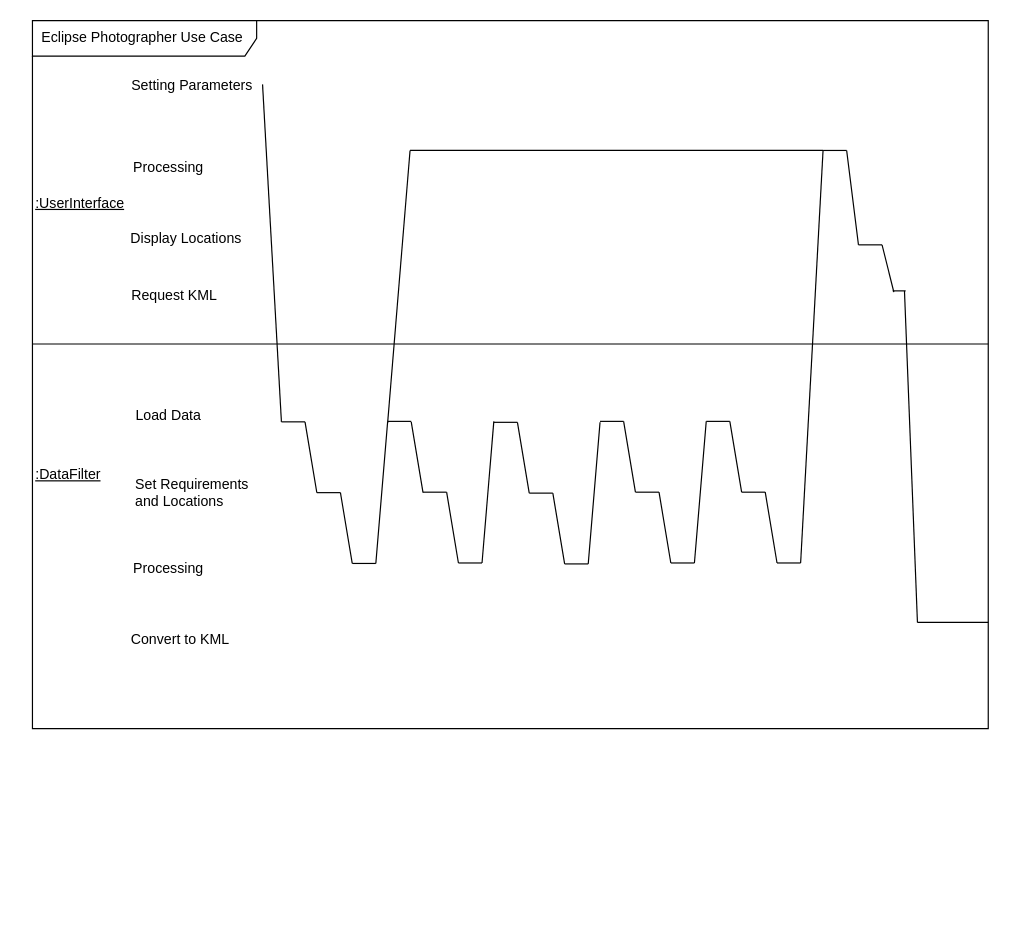
ALEEF02/PrecisionLocationProcessor keeps this draw.io diagram as UML/DrawIO/TimingDiagram.drawio. Above is the earlier version. Source tidied: cells renumbered, new cells numbered last; positions are measured from the earlier drawing's top-left corner, leaving out a move shared by most shapes. Both pictures are drawn from the tidied source at 118%, with x=0, y=0 at pixel (20, 20).
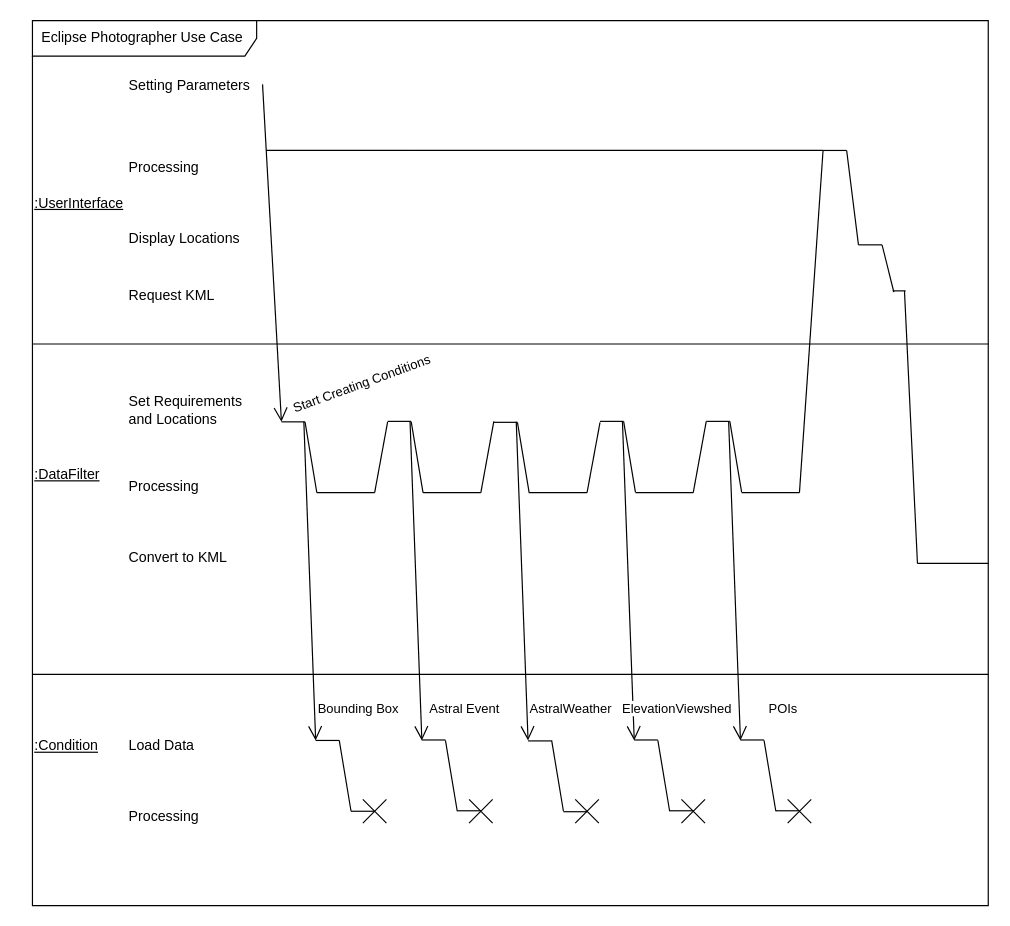
Above is the later version.

Commit message:
Add condition to TimingDiagram

The edit, as a diff of the source:
```diff
@@
     <mxCell id="2" value="Eclipse Photographer Use Case&amp;nbsp;" style="shape=umlFrame;whiteSpace=wrap;html=1;width=190;height=30;" parent="1" vertex="1">
-      <mxGeometry x="10" width="810" height="600" as="geometry" />
+      <mxGeometry x="10" width="810" height="750" as="geometry" />
     </mxCell>
@@
-    <mxCell id="4" value="&lt;u&gt;:UserInterface&lt;/u&gt;" style="text;html=1;align=center;verticalAlign=middle;strokeColor=none;fillColor=none;" parent="1" vertex="1">
-      <mxGeometry y="140" width="100" height="30" as="geometry" />
+    <mxCell id="4" value="&lt;u&gt;:UserInterface&lt;/u&gt;" style="text;html=1;align=left;verticalAlign=middle;strokeColor=none;fillColor=none;" parent="1" vertex="1">
+      <mxGeometry x="10" y="140" width="100" height="30" as="geometry" />
     </mxCell>
-    <mxCell id="5" value="&lt;u&gt;:DataFilter&lt;/u&gt;" style="text;html=1;align=center;verticalAlign=middle;strokeColor=none;fillColor=none;" parent="1" vertex="1">
-      <mxGeometry y="370" width="80" height="30" as="geometry" />
+    <mxCell id="5" value="&lt;u&gt;:DataFilter&lt;/u&gt;" style="text;html=1;align=left;verticalAlign=middle;strokeColor=none;fillColor=none;" parent="1" vertex="1">
+      <mxGeometry x="10" y="370" width="80" height="30" as="geometry" />
     </mxCell>
-    <mxCell id="6" value="Load Data" style="text;html=1;align=center;verticalAlign=middle;strokeColor=none;fillColor=none;" parent="1" vertex="1">
-      <mxGeometry x="85" y="320" width="80" height="30" as="geometry" />
+    <mxCell id="6" value="Load Data" style="text;html=1;align=left;verticalAlign=middle;strokeColor=none;fillColor=none;" parent="1" vertex="1">
+      <mxGeometry x="90" y="600" width="80" height="30" as="geometry" />
     </mxCell>
-    <mxCell id="7" value="Processing" style="text;html=1;align=center;verticalAlign=middle;strokeColor=none;fillColor=none;" parent="1" vertex="1">
-      <mxGeometry x="85" y="450" width="80" height="30" as="geometry" />
+    <mxCell id="7" value="Processing" style="text;html=1;align=left;verticalAlign=middle;strokeColor=none;fillColor=none;" parent="1" vertex="1">
+      <mxGeometry x="90" y="380" width="80" height="30" as="geometry" />
     </mxCell>
-    <mxCell id="8" value="&lt;div style=&quot;text-align: left;&quot;&gt;&lt;span style=&quot;background-color: initial;&quot;&gt;Set Requirements&lt;/span&gt;&lt;/div&gt;&lt;div style=&quot;text-align: left;&quot;&gt;&lt;span style=&quot;background-color: initial;&quot;&gt;and Locations&lt;/span&gt;&lt;/div&gt;" style="text;html=1;align=center;verticalAlign=middle;strokeColor=none;fillColor=none;" parent="1" vertex="1">
-      <mxGeometry x="85" y="380" width="120" height="40" as="geometry" />
+    <mxCell id="8" value="&lt;div style=&quot;&quot;&gt;&lt;span style=&quot;background-color: initial;&quot;&gt;Set Requirements&lt;/span&gt;&lt;/div&gt;&lt;div style=&quot;&quot;&gt;&lt;span style=&quot;background-color: initial;&quot;&gt;and Locations&lt;/span&gt;&lt;/div&gt;" style="text;html=1;align=left;verticalAlign=middle;strokeColor=none;fillColor=none;" parent="1" vertex="1">
+      <mxGeometry x="90" y="310" width="120" height="40" as="geometry" />
     </mxCell>
-    <mxCell id="9" value="Setting Parameters" style="text;html=1;align=center;verticalAlign=middle;strokeColor=none;fillColor=none;" parent="1" vertex="1">
-      <mxGeometry x="80" y="40" width="130" height="30" as="geometry" />
+    <mxCell id="9" value="Setting Parameters" style="text;html=1;align=left;verticalAlign=middle;strokeColor=none;fillColor=none;" parent="1" vertex="1">
+      <mxGeometry x="90" y="40" width="130" height="30" as="geometry" />
     </mxCell>
-    <mxCell id="10" value="Processing" style="text;html=1;align=center;verticalAlign=middle;strokeColor=none;fillColor=none;" parent="1" vertex="1">
-      <mxGeometry x="85" y="110" width="80" height="30" as="geometry" />
+    <mxCell id="10" value="Processing" style="text;html=1;align=left;verticalAlign=middle;strokeColor=none;fillColor=none;" parent="1" vertex="1">
+      <mxGeometry x="90" y="110" width="80" height="30" as="geometry" />
     </mxCell>
-    <mxCell id="11" value="Display Locations" style="text;html=1;align=center;verticalAlign=middle;strokeColor=none;fillColor=none;" parent="1" vertex="1">
-      <mxGeometry x="80" y="170" width="120" height="30" as="geometry" />
+    <mxCell id="11" value="Display Locations" style="text;html=1;align=left;verticalAlign=middle;strokeColor=none;fillColor=none;" parent="1" vertex="1">
+      <mxGeometry x="90" y="170" width="120" height="30" as="geometry" />
     </mxCell>
-    <mxCell id="12" value="Request KML" style="text;html=1;align=center;verticalAlign=middle;strokeColor=none;fillColor=none;" parent="1" vertex="1">
-      <mxGeometry x="80" y="218" width="100" height="30" as="geometry" />
+    <mxCell id="12" value="Request KML" style="text;html=1;align=left;verticalAlign=middle;strokeColor=none;fillColor=none;" parent="1" vertex="1">
+      <mxGeometry x="90" y="218" width="100" height="30" as="geometry" />
     </mxCell>
-    <mxCell id="13" value="Convert to KML" style="text;html=1;align=center;verticalAlign=middle;strokeColor=none;fillColor=none;" parent="1" vertex="1">
-      <mxGeometry x="80" y="510" width="110" height="30" as="geometry" />
+    <mxCell id="13" value="Convert to KML" style="text;html=1;align=left;verticalAlign=middle;strokeColor=none;fillColor=none;" parent="1" vertex="1">
+      <mxGeometry x="90" y="440" width="110" height="30" as="geometry" />
     </mxCell>
-    <mxCell id="14" style="endArrow=none;html=1;rounded=0;" parent="1" edge="1">
+    <mxCell id="14" style="endArrow=open;html=1;rounded=0;endFill=0;endSize=10;" parent="1" edge="1">
       <mxGeometry relative="1" as="geometry">
         <mxPoint x="205" y="54" as="sourcePoint" />
         <mxPoint x="221" y="340" as="targetPoint" />
       </mxGeometry>
     </mxCell>
+    <mxCell id="54" value="Start Creating Conditions" style="edgeLabel;html=1;align=center;verticalAlign=middle;rotation=340;labelBackgroundColor=default;" parent="14" vertex="1">
+      <mxGeometry x="0.03" y="1" relative="1" as="geometry">
+        <mxPoint x="74" y="106" as="offset" />
+      </mxGeometry>
+    </mxCell>
@@
     <mxCell id="17" style="endArrow=none;html=1;rounded=0;" parent="1" edge="1">
       <mxGeometry relative="1" as="geometry">
         <mxPoint x="251" y="400" as="sourcePoint" />
-        <mxPoint x="271" y="400" as="targetPoint" />
+        <mxPoint x="300" y="400" as="targetPoint" />
       </mxGeometry>
     </mxCell>
-    <mxCell id="18" style="endArrow=none;html=1;rounded=0;" parent="1" edge="1">
-      <mxGeometry relative="1" as="geometry">
-        <mxPoint x="271" y="400" as="sourcePoint" />
-        <mxPoint x="281" y="460" as="targetPoint" />
-      </mxGeometry>
-    </mxCell>
-    <mxCell id="19" style="endArrow=none;html=1;rounded=0;" parent="1" edge="1">
-      <mxGeometry relative="1" as="geometry">
-        <mxPoint x="281" y="460" as="sourcePoint" />
-        <mxPoint x="301" y="460" as="targetPoint" />
-      </mxGeometry>
-    </mxCell>
     <mxCell id="20" style="endArrow=none;html=1;rounded=0;" parent="1" edge="1">
       <mxGeometry relative="1" as="geometry">
         <mxPoint x="311" y="340" as="sourcePoint" />
-        <mxPoint x="301" y="460" as="targetPoint" />
+        <mxPoint x="300" y="400" as="targetPoint" />
       </mxGeometry>
     </mxCell>
@@
     <mxCell id="23" style="endArrow=none;html=1;rounded=0;" parent="1" edge="1">
       <mxGeometry relative="1" as="geometry">
-        <mxPoint x="341" y="399.6" as="sourcePoint" />
-        <mxPoint x="361" y="399.6" as="targetPoint" />
+        <mxPoint x="341" y="400" as="sourcePoint" />
+        <mxPoint x="390" y="400" as="targetPoint" />
       </mxGeometry>
     </mxCell>
-    <mxCell id="24" style="endArrow=none;html=1;rounded=0;" parent="1" edge="1">
-      <mxGeometry relative="1" as="geometry">
-        <mxPoint x="361" y="399.6" as="sourcePoint" />
-        <mxPoint x="371" y="459.6" as="targetPoint" />
-      </mxGeometry>
-    </mxCell>
-    <mxCell id="25" style="endArrow=none;html=1;rounded=0;" parent="1" edge="1">
-      <mxGeometry relative="1" as="geometry">
-        <mxPoint x="371" y="459.6" as="sourcePoint" />
-        <mxPoint x="391" y="459.6" as="targetPoint" />
-      </mxGeometry>
-    </mxCell>
     <mxCell id="26" style="endArrow=none;html=1;rounded=0;" parent="1" edge="1">
       <mxGeometry relative="1" as="geometry">
         <mxPoint x="401" y="339.6" as="sourcePoint" />
-        <mxPoint x="391" y="459.6" as="targetPoint" />
+        <mxPoint x="390" y="400" as="targetPoint" />
       </mxGeometry>
     </mxCell>
@@
     <mxCell id="29" style="endArrow=none;html=1;rounded=0;" parent="1" edge="1">
       <mxGeometry relative="1" as="geometry">
-        <mxPoint x="431" y="400.4" as="sourcePoint" />
-        <mxPoint x="451" y="400.4" as="targetPoint" />
+        <mxPoint x="431" y="400" as="sourcePoint" />
+        <mxPoint x="480" y="400" as="targetPoint" />
       </mxGeometry>
     </mxCell>
-    <mxCell id="30" style="endArrow=none;html=1;rounded=0;" parent="1" edge="1">
-      <mxGeometry relative="1" as="geometry">
-        <mxPoint x="451" y="400.4" as="sourcePoint" />
-        <mxPoint x="461" y="460.4" as="targetPoint" />
-      </mxGeometry>
-    </mxCell>
-    <mxCell id="31" style="endArrow=none;html=1;rounded=0;" parent="1" edge="1">
-      <mxGeometry relative="1" as="geometry">
-        <mxPoint x="461" y="460.4" as="sourcePoint" />
-        <mxPoint x="481" y="460.4" as="targetPoint" />
-      </mxGeometry>
-    </mxCell>
     <mxCell id="32" style="endArrow=none;html=1;rounded=0;" parent="1" edge="1">
       <mxGeometry relative="1" as="geometry">
         <mxPoint x="491" y="340.4" as="sourcePoint" />
-        <mxPoint x="481" y="460.4" as="targetPoint" />
+        <mxPoint x="480" y="400" as="targetPoint" />
       </mxGeometry>
     </mxCell>
@@
     <mxCell id="35" style="endArrow=none;html=1;rounded=0;" parent="1" edge="1">
       <mxGeometry relative="1" as="geometry">
-        <mxPoint x="521" y="399.6" as="sourcePoint" />
-        <mxPoint x="541" y="399.6" as="targetPoint" />
+        <mxPoint x="521" y="400" as="sourcePoint" />
+        <mxPoint x="570" y="400" as="targetPoint" />
       </mxGeometry>
     </mxCell>
-    <mxCell id="36" style="endArrow=none;html=1;rounded=0;" parent="1" edge="1">
-      <mxGeometry relative="1" as="geometry">
-        <mxPoint x="541" y="399.6" as="sourcePoint" />
-        <mxPoint x="551" y="459.6" as="targetPoint" />
-      </mxGeometry>
-    </mxCell>
-    <mxCell id="37" style="endArrow=none;html=1;rounded=0;" parent="1" edge="1">
-      <mxGeometry relative="1" as="geometry">
-        <mxPoint x="551" y="459.6" as="sourcePoint" />
-        <mxPoint x="571" y="459.6" as="targetPoint" />
-      </mxGeometry>
-    </mxCell>
     <mxCell id="38" style="endArrow=none;html=1;rounded=0;" parent="1" edge="1">
       <mxGeometry relative="1" as="geometry">
         <mxPoint x="581" y="339.6" as="sourcePoint" />
-        <mxPoint x="571" y="459.6" as="targetPoint" />
+        <mxPoint x="570" y="400" as="targetPoint" />
       </mxGeometry>
     </mxCell>
@@
     <mxCell id="41" style="endArrow=none;html=1;rounded=0;" parent="1" edge="1">
       <mxGeometry relative="1" as="geometry">
-        <mxPoint x="611" y="399.6" as="sourcePoint" />
-        <mxPoint x="631" y="399.6" as="targetPoint" />
+        <mxPoint x="611" y="400" as="sourcePoint" />
+        <mxPoint x="660" y="400" as="targetPoint" />
       </mxGeometry>
     </mxCell>
-    <mxCell id="42" style="endArrow=none;html=1;rounded=0;" parent="1" edge="1">
-      <mxGeometry relative="1" as="geometry">
-        <mxPoint x="631" y="399.6" as="sourcePoint" />
-        <mxPoint x="641" y="459.6" as="targetPoint" />
-      </mxGeometry>
-    </mxCell>
-    <mxCell id="43" style="endArrow=none;html=1;rounded=0;" parent="1" edge="1">
-      <mxGeometry relative="1" as="geometry">
-        <mxPoint x="641" y="459.6" as="sourcePoint" />
-        <mxPoint x="661" y="459.6" as="targetPoint" />
-      </mxGeometry>
-    </mxCell>
     <mxCell id="44" style="endArrow=none;html=1;rounded=0;" parent="1" edge="1">
       <mxGeometry relative="1" as="geometry">
         <mxPoint x="680" y="110" as="sourcePoint" />
-        <mxPoint x="661" y="459.6" as="targetPoint" />
+        <mxPoint x="660" y="400" as="targetPoint" />
       </mxGeometry>
     </mxCell>
@@
     <mxCell id="50" style="endArrow=none;html=1;rounded=0;" parent="1" edge="1">
       <mxGeometry relative="1" as="geometry">
         <mxPoint x="330" y="110" as="sourcePoint" />
-        <mxPoint x="311" y="341" as="targetPoint" />
+        <mxPoint x="208" y="110" as="targetPoint" />
       </mxGeometry>
     </mxCell>
@@
     <mxCell id="52" style="endArrow=none;html=1;rounded=0;" parent="1" edge="1">
       <mxGeometry relative="1" as="geometry">
         <mxPoint x="749" y="229" as="sourcePoint" />
-        <mxPoint x="760" y="510" as="targetPoint" />
+        <mxPoint x="760" y="460" as="targetPoint" />
       </mxGeometry>
     </mxCell>
     <mxCell id="53" style="endArrow=none;html=1;rounded=0;" parent="1" edge="1">
       <mxGeometry relative="1" as="geometry">
-        <mxPoint x="760" y="510" as="sourcePoint" />
-        <mxPoint x="820" y="510" as="targetPoint" />
+        <mxPoint x="760" y="460" as="sourcePoint" />
+        <mxPoint x="820" y="460" as="targetPoint" />
       </mxGeometry>
     </mxCell>
+    <mxCell id="55" style="line;strokeWidth=1;fillColor=none;align=left;verticalAlign=middle;spacingTop=-1;spacingLeft=3;spacingRight=3;labelPosition=right;strokeColor=inherit;" parent="1" vertex="1">
+      <mxGeometry x="10" y="550" width="810" height="8" as="geometry" />
+    </mxCell>
+    <mxCell id="56" value="&lt;u&gt;:Condition&lt;/u&gt;" style="text;html=1;align=left;verticalAlign=middle;strokeColor=none;fillColor=none;" parent="1" vertex="1">
+      <mxGeometry x="10" y="600" width="80" height="30" as="geometry" />
+    </mxCell>
+    <mxCell id="57" value="Processing" style="text;html=1;align=left;verticalAlign=middle;strokeColor=none;fillColor=none;" parent="1" vertex="1">
+      <mxGeometry x="90" y="660" width="80" height="30" as="geometry" />
+    </mxCell>
+    <mxCell id="58" style="endArrow=none;html=1;rounded=0;" parent="1" edge="1">
+      <mxGeometry relative="1" as="geometry">
+        <mxPoint x="250" y="610" as="sourcePoint" />
+        <mxPoint x="270" y="610" as="targetPoint" />
+      </mxGeometry>
+    </mxCell>
+    <mxCell id="59" style="endArrow=none;html=1;rounded=0;" parent="1" edge="1">
+      <mxGeometry relative="1" as="geometry">
+        <mxPoint x="340" y="609.6" as="sourcePoint" />
+        <mxPoint x="360" y="609.6" as="targetPoint" />
+      </mxGeometry>
+    </mxCell>
+    <mxCell id="60" style="endArrow=none;html=1;rounded=0;" parent="1" edge="1">
+      <mxGeometry relative="1" as="geometry">
+        <mxPoint x="430" y="610.4" as="sourcePoint" />
+        <mxPoint x="450" y="610.4" as="targetPoint" />
+      </mxGeometry>
+    </mxCell>
+    <mxCell id="61" style="endArrow=none;html=1;rounded=0;" parent="1" edge="1">
+      <mxGeometry relative="1" as="geometry">
+        <mxPoint x="520" y="609.6" as="sourcePoint" />
+        <mxPoint x="540" y="609.6" as="targetPoint" />
+      </mxGeometry>
+    </mxCell>
+    <mxCell id="62" style="endArrow=none;html=1;rounded=0;" parent="1" edge="1">
+      <mxGeometry relative="1" as="geometry">
+        <mxPoint x="610" y="609.6" as="sourcePoint" />
+        <mxPoint x="630" y="609.6" as="targetPoint" />
+      </mxGeometry>
+    </mxCell>
+    <mxCell id="63" style="endArrow=none;html=1;rounded=0;" parent="1" edge="1">
+      <mxGeometry relative="1" as="geometry">
+        <mxPoint x="270" y="610" as="sourcePoint" />
+        <mxPoint x="280" y="670" as="targetPoint" />
+      </mxGeometry>
+    </mxCell>
+    <mxCell id="64" style="endArrow=none;html=1;rounded=0;" parent="1" edge="1">
+      <mxGeometry relative="1" as="geometry">
+        <mxPoint x="360" y="610" as="sourcePoint" />
+        <mxPoint x="370" y="670" as="targetPoint" />
+      </mxGeometry>
+    </mxCell>
+    <mxCell id="65" style="endArrow=none;html=1;rounded=0;" parent="1" edge="1">
+      <mxGeometry relative="1" as="geometry">
+        <mxPoint x="450" y="610" as="sourcePoint" />
+        <mxPoint x="460" y="670" as="targetPoint" />
+      </mxGeometry>
+    </mxCell>
+    <mxCell id="66" style="endArrow=none;html=1;rounded=0;" parent="1" edge="1">
+      <mxGeometry relative="1" as="geometry">
+        <mxPoint x="540" y="610" as="sourcePoint" />
+        <mxPoint x="550" y="670" as="targetPoint" />
+      </mxGeometry>
+    </mxCell>
+    <mxCell id="67" style="endArrow=none;html=1;rounded=0;" parent="1" edge="1">
+      <mxGeometry relative="1" as="geometry">
+        <mxPoint x="630" y="610" as="sourcePoint" />
+        <mxPoint x="640" y="670" as="targetPoint" />
+      </mxGeometry>
+    </mxCell>
+    <mxCell id="68" style="endArrow=none;html=1;rounded=0;" parent="1" edge="1">
+      <mxGeometry relative="1" as="geometry">
+        <mxPoint x="280" y="670" as="sourcePoint" />
+        <mxPoint x="300" y="670" as="targetPoint" />
+      </mxGeometry>
+    </mxCell>
+    <mxCell id="69" style="endArrow=none;html=1;rounded=0;" parent="1" edge="1">
+      <mxGeometry relative="1" as="geometry">
+        <mxPoint x="370" y="669.6" as="sourcePoint" />
+        <mxPoint x="390" y="669.6" as="targetPoint" />
+      </mxGeometry>
+    </mxCell>
+    <mxCell id="70" style="endArrow=none;html=1;rounded=0;" parent="1" edge="1">
+      <mxGeometry relative="1" as="geometry">
+        <mxPoint x="460" y="670.4" as="sourcePoint" />
+        <mxPoint x="480" y="670.4" as="targetPoint" />
+      </mxGeometry>
+    </mxCell>
+    <mxCell id="71" style="endArrow=none;html=1;rounded=0;" parent="1" edge="1">
+      <mxGeometry relative="1" as="geometry">
+        <mxPoint x="550" y="669.6" as="sourcePoint" />
+        <mxPoint x="570" y="669.6" as="targetPoint" />
+      </mxGeometry>
+    </mxCell>
+    <mxCell id="72" style="endArrow=none;html=1;rounded=0;" parent="1" edge="1">
+      <mxGeometry relative="1" as="geometry">
+        <mxPoint x="640" y="669.6" as="sourcePoint" />
+        <mxPoint x="660" y="669.6" as="targetPoint" />
+      </mxGeometry>
+    </mxCell>
+    <mxCell id="73" style="endArrow=open;html=1;rounded=0;endFill=0;endSize=10;" parent="1" edge="1">
+      <mxGeometry relative="1" as="geometry">
+        <mxPoint x="240" y="340" as="sourcePoint" />
+        <mxPoint x="250" y="610" as="targetPoint" />
+      </mxGeometry>
+    </mxCell>
+    <mxCell id="74" value="Bounding Box" style="edgeLabel;html=1;align=center;verticalAlign=middle;" parent="73" vertex="1">
+      <mxGeometry x="0.8" y="3" relative="1" as="geometry">
+        <mxPoint x="34" as="offset" />
+      </mxGeometry>
+    </mxCell>
+    <mxCell id="75" style="endArrow=open;html=1;rounded=0;endFill=0;endSize=10;" parent="1" edge="1">
+      <mxGeometry relative="1" as="geometry">
+        <mxPoint x="330" y="340" as="sourcePoint" />
+        <mxPoint x="340" y="610" as="targetPoint" />
+      </mxGeometry>
+    </mxCell>
+    <mxCell id="76" value="Astral Event" style="edgeLabel;html=1;align=center;verticalAlign=middle;" parent="75" vertex="1">
+      <mxGeometry x="0.8" y="3" relative="1" as="geometry">
+        <mxPoint x="34" as="offset" />
+      </mxGeometry>
+    </mxCell>
+    <mxCell id="77" style="endArrow=open;html=1;rounded=0;endFill=0;endSize=10;" parent="1" edge="1">
+      <mxGeometry relative="1" as="geometry">
+        <mxPoint x="420" y="340" as="sourcePoint" />
+        <mxPoint x="430" y="610" as="targetPoint" />
+      </mxGeometry>
+    </mxCell>
+    <mxCell id="78" value="AstralWeather" style="edgeLabel;html=1;align=center;verticalAlign=middle;" parent="77" vertex="1">
+      <mxGeometry x="0.8" y="3" relative="1" as="geometry">
+        <mxPoint x="34" as="offset" />
+      </mxGeometry>
+    </mxCell>
+    <mxCell id="79" style="endArrow=open;html=1;rounded=0;endFill=0;endSize=10;" parent="1" edge="1">
+      <mxGeometry relative="1" as="geometry">
+        <mxPoint x="510" y="340" as="sourcePoint" />
+        <mxPoint x="520" y="610" as="targetPoint" />
+      </mxGeometry>
+    </mxCell>
+    <mxCell id="80" value="ElevationViewshed" style="edgeLabel;html=1;align=center;verticalAlign=middle;" parent="79" vertex="1">
+      <mxGeometry x="0.8" y="3" relative="1" as="geometry">
+        <mxPoint x="34" as="offset" />
+      </mxGeometry>
+    </mxCell>
+    <mxCell id="81" style="endArrow=open;html=1;rounded=0;endFill=0;endSize=10;" parent="1" edge="1">
+      <mxGeometry relative="1" as="geometry">
+        <mxPoint x="600" y="340" as="sourcePoint" />
+        <mxPoint x="610" y="610" as="targetPoint" />
+      </mxGeometry>
+    </mxCell>
+    <mxCell id="82" value="POIs" style="edgeLabel;html=1;align=center;verticalAlign=middle;" parent="81" vertex="1">
+      <mxGeometry x="0.8" y="3" relative="1" as="geometry">
+        <mxPoint x="34" as="offset" />
+      </mxGeometry>
+    </mxCell>
+    <mxCell id="83" style="shape=umlDestroy;whiteSpace=wrap;html=1;strokeWidth=1;targetShapes=umlLifeline;" parent="1" vertex="1">
+      <mxGeometry x="290" y="660" width="20" height="20" as="geometry" />
+    </mxCell>
+    <mxCell id="84" style="shape=umlDestroy;whiteSpace=wrap;html=1;strokeWidth=1;targetShapes=umlLifeline;" parent="1" vertex="1">
+      <mxGeometry x="380" y="660" width="20" height="20" as="geometry" />
+    </mxCell>
+    <mxCell id="85" style="shape=umlDestroy;whiteSpace=wrap;html=1;strokeWidth=1;targetShapes=umlLifeline;" parent="1" vertex="1">
+      <mxGeometry x="470" y="660" width="20" height="20" as="geometry" />
+    </mxCell>
+    <mxCell id="86" style="shape=umlDestroy;whiteSpace=wrap;html=1;strokeWidth=1;targetShapes=umlLifeline;" parent="1" vertex="1">
+      <mxGeometry x="560" y="660" width="20" height="20" as="geometry" />
+    </mxCell>
+    <mxCell id="87" style="shape=umlDestroy;whiteSpace=wrap;html=1;strokeWidth=1;targetShapes=umlLifeline;" parent="1" vertex="1">
+      <mxGeometry x="650" y="660" width="20" height="20" as="geometry" />
+    </mxCell>
```
